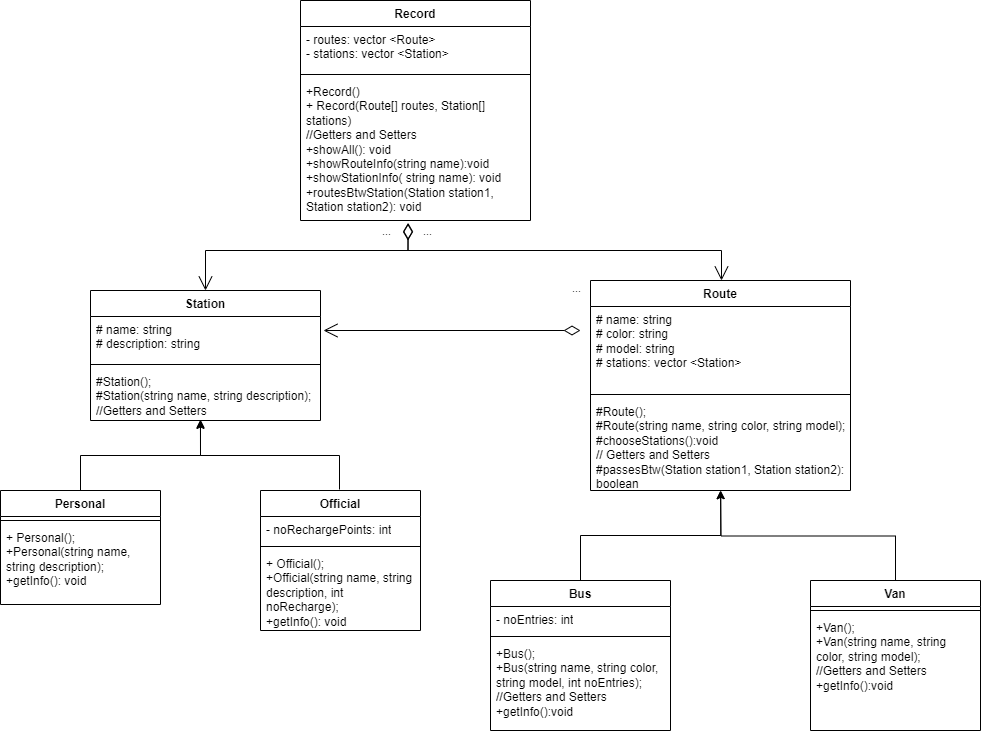
RodrigoHTEC10/ObjectOrientedProgramming_TC1030.302 keeps this draw.io diagram as PreliminarDiagramProject_RH.png. Above is the earlier version. Source tidied: cells renumbered, new cells last; positions are measured from the earlier drawing's top-left corner, leaving out a move shared by most shapes. Source of this version:
```xml
<mxGraphModel>
  <root>
    <mxCell id="0" />
    <mxCell id="1" parent="0" />
    <mxCell id="2" value="Record" style="swimlane;fontStyle=1;align=center;verticalAlign=top;horizontal=1;startSize=26;whiteSpace=wrap;html=1;" parent="1" vertex="1">
      <mxGeometry x="300" width="230" height="220" as="geometry" />
    </mxCell>
    <mxCell id="3" value="- routes: vector &amp;lt;Route&amp;gt;&lt;div&gt;- stations: vector &amp;lt;Station&amp;gt;&lt;/div&gt;" style="text;strokeColor=none;fillColor=none;align=left;verticalAlign=top;spacingLeft=4;spacingRight=4;overflow=hidden;whiteSpace=wrap;html=1;" parent="2" vertex="1">
      <mxGeometry y="26" width="230" height="44" as="geometry" />
    </mxCell>
    <mxCell id="4" style="line;strokeWidth=1;fillColor=none;align=left;verticalAlign=middle;spacingTop=-1;spacingLeft=3;spacingRight=3;labelPosition=right;strokeColor=inherit;" parent="2" vertex="1">
      <mxGeometry y="70" width="230" height="8" as="geometry" />
    </mxCell>
    <mxCell id="5" value="+Record()&lt;div&gt;+ Record(Route[] routes, Station[] stations)&lt;/div&gt;&lt;div&gt;//Getters and Setters&lt;/div&gt;&lt;div&gt;+showAll(): void&lt;/div&gt;&lt;div&gt;+showRouteInfo(string name):void&lt;/div&gt;&lt;div&gt;+showStationInfo( string name): void&lt;/div&gt;&lt;div&gt;+routesBtwStation(&lt;span style=&quot;background-color: transparent; color: light-dark(rgb(0, 0, 0), rgb(255, 255, 255));&quot;&gt;Station station1, Station station2&lt;/span&gt;&lt;span style=&quot;background-color: transparent; color: light-dark(rgb(0, 0, 0), rgb(255, 255, 255));&quot;&gt;): void&lt;/span&gt;&lt;/div&gt;" style="text;strokeColor=none;fillColor=none;align=left;verticalAlign=top;spacingLeft=4;spacingRight=4;overflow=hidden;points=[[0,0.5],[1,0.5]];portConstraint=eastwest;whiteSpace=wrap;html=1;" parent="2" vertex="1">
      <mxGeometry y="78" width="230" height="142" as="geometry" />
    </mxCell>
    <mxCell id="6" value="Route&lt;div&gt;&lt;br&gt;&lt;/div&gt;" style="swimlane;fontStyle=1;align=center;verticalAlign=top;horizontal=1;startSize=26;whiteSpace=wrap;html=1;" parent="1" vertex="1">
      <mxGeometry x="590" y="280" width="260" height="210" as="geometry" />
    </mxCell>
    <mxCell id="7" value="# name: string&lt;div&gt;# color: string&lt;/div&gt;&lt;div&gt;# model: string&lt;/div&gt;&lt;div&gt;# stations: vector &amp;lt;Station&lt;span style=&quot;background-color: transparent; color: light-dark(rgb(0, 0, 0), rgb(255, 255, 255));&quot;&gt;&amp;gt;&lt;/span&gt;&lt;/div&gt;" style="text;strokeColor=none;fillColor=none;align=left;verticalAlign=top;spacingLeft=4;spacingRight=4;overflow=hidden;whiteSpace=wrap;html=1;" parent="6" vertex="1">
      <mxGeometry y="26" width="260" height="84" as="geometry" />
    </mxCell>
    <mxCell id="8" style="line;strokeWidth=1;fillColor=none;align=left;verticalAlign=middle;spacingTop=-1;spacingLeft=3;spacingRight=3;labelPosition=right;strokeColor=inherit;" parent="6" vertex="1">
      <mxGeometry y="110" width="260" height="8" as="geometry" />
    </mxCell>
    <mxCell id="9" value="#Route();&lt;div&gt;#Route(string name, string color, string model);&lt;/div&gt;&lt;div&gt;#chooseStations():void&lt;/div&gt;&lt;div&gt;// Getters and Setters&lt;/div&gt;&lt;div&gt;#passesBtw(Station station1, Station station2): boolean&lt;/div&gt;" style="text;strokeColor=none;fillColor=none;align=left;verticalAlign=top;spacingLeft=4;spacingRight=4;overflow=hidden;points=[[0,0.5],[1,0.5]];portConstraint=eastwest;whiteSpace=wrap;html=1;" parent="6" vertex="1">
      <mxGeometry y="118" width="260" height="92" as="geometry" />
    </mxCell>
    <mxCell id="10" value="Station" style="swimlane;fontStyle=1;align=center;verticalAlign=top;horizontal=1;startSize=26;whiteSpace=wrap;html=1;" parent="1" vertex="1">
      <mxGeometry x="90" y="290" width="230" height="130" as="geometry" />
    </mxCell>
    <mxCell id="11" value="# name: string&lt;div&gt;# description: string&lt;/div&gt;" style="text;strokeColor=none;fillColor=none;align=left;verticalAlign=top;spacingLeft=4;spacingRight=4;overflow=hidden;whiteSpace=wrap;html=1;" parent="10" vertex="1">
      <mxGeometry y="26" width="230" height="44" as="geometry" />
    </mxCell>
    <mxCell id="12" style="line;strokeWidth=1;fillColor=none;align=left;verticalAlign=middle;spacingTop=-1;spacingLeft=3;spacingRight=3;labelPosition=right;strokeColor=inherit;" parent="10" vertex="1">
      <mxGeometry y="70" width="230" height="8" as="geometry" />
    </mxCell>
    <mxCell id="13" value="#Station();&lt;div&gt;#Station(string name, string description);&lt;/div&gt;&lt;div&gt;//Getters and Setters&lt;/div&gt;" style="text;strokeColor=none;fillColor=none;align=left;verticalAlign=top;spacingLeft=4;spacingRight=4;overflow=hidden;points=[[0,0.5],[1,0.5]];portConstraint=eastwest;whiteSpace=wrap;html=1;" parent="10" vertex="1">
      <mxGeometry y="78" width="230" height="52" as="geometry" />
    </mxCell>
    <mxCell id="14" style="edgeStyle=orthogonalEdgeStyle;rounded=0;orthogonalLoop=1;jettySize=auto;html=1;exitX=0.5;exitY=0;exitDx=0;exitDy=0;" parent="1" edge="1">
      <mxGeometry relative="1" as="geometry">
        <mxPoint x="339" y="489" as="sourcePoint" />
        <mxPoint x="199" y="419" as="targetPoint" />
        <Array as="points">
          <mxPoint x="339" y="455" />
          <mxPoint x="200" y="455" />
          <mxPoint x="200" y="419" />
        </Array>
      </mxGeometry>
    </mxCell>
    <mxCell id="15" value="Official" style="swimlane;fontStyle=1;align=center;verticalAlign=top;horizontal=1;startSize=26;whiteSpace=wrap;html=1;" parent="1" vertex="1">
      <mxGeometry x="260" y="490" width="160" height="140" as="geometry" />
    </mxCell>
    <mxCell id="16" value="- noRechargePoints: int" style="text;strokeColor=none;fillColor=none;align=left;verticalAlign=top;spacingLeft=4;spacingRight=4;overflow=hidden;whiteSpace=wrap;html=1;" parent="15" vertex="1">
      <mxGeometry y="26" width="160" height="26" as="geometry" />
    </mxCell>
    <mxCell id="17" style="line;strokeWidth=1;fillColor=none;align=left;verticalAlign=middle;spacingTop=-1;spacingLeft=3;spacingRight=3;labelPosition=right;strokeColor=inherit;" parent="15" vertex="1">
      <mxGeometry y="52" width="160" height="8" as="geometry" />
    </mxCell>
    <mxCell id="18" value="+ Official();&lt;div&gt;+Official(string name, string description, int noRecharge);&lt;/div&gt;&lt;div&gt;+getInfo(): void&lt;/div&gt;" style="text;strokeColor=none;fillColor=none;align=left;verticalAlign=top;spacingLeft=4;spacingRight=4;overflow=hidden;whiteSpace=wrap;html=1;" parent="15" vertex="1">
      <mxGeometry y="60" width="160" height="80" as="geometry" />
    </mxCell>
    <mxCell id="19" style="edgeStyle=orthogonalEdgeStyle;rounded=0;jettySize=auto;html=1;exitX=0.5;exitY=0;exitDx=0;exitDy=0;entryX=0.478;entryY=1;entryDx=0;entryDy=0;entryPerimeter=0;" parent="1" edge="1" source="20" target="13">
      <mxGeometry relative="1" as="geometry" />
    </mxCell>
    <mxCell id="20" value="Personal" style="swimlane;fontStyle=1;align=center;verticalAlign=top;horizontal=1;startSize=26;whiteSpace=wrap;html=1;" parent="1" vertex="1">
      <mxGeometry y="490" width="160" height="114" as="geometry" />
    </mxCell>
    <mxCell id="21" style="line;strokeWidth=1;fillColor=none;align=left;verticalAlign=middle;spacingTop=-1;spacingLeft=3;spacingRight=3;labelPosition=right;strokeColor=inherit;" parent="20" vertex="1">
      <mxGeometry y="26" width="160" height="8" as="geometry" />
    </mxCell>
    <mxCell id="22" value="+ Personal();&lt;div&gt;+Personal(string name, string description);&lt;/div&gt;&lt;div&gt;+getInfo(): void&lt;/div&gt;" style="text;strokeColor=none;fillColor=none;align=left;verticalAlign=top;spacingLeft=4;spacingRight=4;overflow=hidden;whiteSpace=wrap;html=1;" parent="20" vertex="1">
      <mxGeometry y="34" width="160" height="80" as="geometry" />
    </mxCell>
    <mxCell id="23" value="Bus" style="swimlane;fontStyle=1;align=center;verticalAlign=top;horizontal=1;startSize=26;whiteSpace=wrap;html=1;" parent="1" vertex="1">
      <mxGeometry x="490" y="580" width="180" height="150" as="geometry" />
    </mxCell>
    <mxCell id="24" value="- noEntries: int" style="text;strokeColor=none;fillColor=none;align=left;verticalAlign=top;spacingLeft=4;spacingRight=4;overflow=hidden;whiteSpace=wrap;html=1;" parent="23" vertex="1">
      <mxGeometry y="26" width="180" height="26" as="geometry" />
    </mxCell>
    <mxCell id="25" style="line;strokeWidth=1;fillColor=none;align=left;verticalAlign=middle;spacingTop=-1;spacingLeft=3;spacingRight=3;labelPosition=right;strokeColor=inherit;" parent="23" vertex="1">
      <mxGeometry y="52" width="180" height="8" as="geometry" />
    </mxCell>
    <mxCell id="26" value="&lt;div&gt;+Bus();&lt;/div&gt;+Bus(string name, string color, string model, int noEntries);&lt;div&gt;//Getters and Setters&lt;br&gt;&lt;div&gt;+getInfo():void&lt;/div&gt;&lt;/div&gt;" style="text;strokeColor=none;fillColor=none;align=left;verticalAlign=top;spacingLeft=4;spacingRight=4;overflow=hidden;whiteSpace=wrap;html=1;" parent="23" vertex="1">
      <mxGeometry y="60" width="180" height="90" as="geometry" />
    </mxCell>
    <mxCell id="27" style="edgeStyle=orthogonalEdgeStyle;rounded=0;jettySize=auto;html=1;exitX=0.5;exitY=0;exitDx=0;exitDy=0;" parent="1" edge="1" source="28">
      <mxGeometry relative="1" as="geometry">
        <mxPoint x="720" y="490" as="targetPoint" />
      </mxGeometry>
    </mxCell>
    <mxCell id="28" value="Van" style="swimlane;fontStyle=1;align=center;verticalAlign=top;horizontal=1;startSize=26;whiteSpace=wrap;html=1;" parent="1" vertex="1">
      <mxGeometry x="810" y="580" width="170" height="150" as="geometry" />
    </mxCell>
    <mxCell id="29" style="line;strokeWidth=1;fillColor=none;align=left;verticalAlign=middle;spacingTop=-1;spacingLeft=3;spacingRight=3;labelPosition=right;strokeColor=inherit;" parent="28" vertex="1">
      <mxGeometry y="26" width="170" height="8" as="geometry" />
    </mxCell>
    <mxCell id="30" value="&lt;div&gt;+Van();&lt;/div&gt;+Van(string name, string color, string model);&lt;div&gt;//Getters and Setters&lt;br&gt;&lt;div&gt;+getInfo():void&lt;/div&gt;&lt;/div&gt;" style="text;strokeColor=none;fillColor=none;align=left;verticalAlign=top;spacingLeft=4;spacingRight=4;overflow=hidden;whiteSpace=wrap;html=1;" parent="28" vertex="1">
      <mxGeometry y="34" width="170" height="116" as="geometry" />
    </mxCell>
    <mxCell id="31" style="edgeStyle=orthogonalEdgeStyle;rounded=0;jettySize=auto;html=1;exitX=0.5;exitY=0;exitDx=0;exitDy=0;entryX=0.501;entryY=1.003;entryDx=0;entryDy=0;entryPerimeter=0;" parent="1" edge="1" source="23" target="9">
      <mxGeometry relative="1" as="geometry" />
    </mxCell>
    <mxCell id="32" value="...&lt;div&gt;&lt;br&gt;&lt;/div&gt;" style="endArrow=open;html=1;endSize=12;startArrow=diamondThin;startSize=14;startFill=0;edgeStyle=orthogonalEdgeStyle;align=left;verticalAlign=bottom;rounded=0;" parent="1" edge="1">
      <mxGeometry x="-0.92" y="-20" relative="1" as="geometry">
        <mxPoint x="580" y="330" as="sourcePoint" />
        <mxPoint x="323" y="330" as="targetPoint" />
      </mxGeometry>
    </mxCell>
    <mxCell id="33" value="..." style="endArrow=open;html=1;endSize=12;startArrow=diamondThin;startSize=14;startFill=0;edgeStyle=orthogonalEdgeStyle;align=left;verticalAlign=bottom;rounded=0;exitX=0.468;exitY=1.017;exitDx=0;exitDy=0;exitPerimeter=0;entryX=0.5;entryY=0;entryDx=0;entryDy=0;" parent="1" edge="1" source="5" target="10">
      <mxGeometry x="-0.59" y="-10" relative="1" as="geometry">
        <Array as="points">
          <mxPoint x="408" y="250" />
          <mxPoint x="205" y="250" />
        </Array>
      </mxGeometry>
    </mxCell>
    <mxCell id="34" value="..." style="endArrow=open;html=1;endSize=12;startArrow=diamondThin;startSize=14;startFill=0;edgeStyle=orthogonalEdgeStyle;align=left;verticalAlign=bottom;rounded=0;entryX=0.5;entryY=0;entryDx=0;entryDy=0;exitX=0.463;exitY=1.022;exitDx=0;exitDy=0;exitPerimeter=0;" parent="1" edge="1">
      <mxGeometry x="-0.79" y="10" relative="1" as="geometry">
        <mxPoint x="407.5" y="223.1" as="sourcePoint" />
        <mxPoint x="721" y="280" as="targetPoint" />
        <Array as="points">
          <mxPoint x="408" y="250" />
          <mxPoint x="721" y="250" />
        </Array>
      </mxGeometry>
    </mxCell>
  </root>
</mxGraphModel>
```
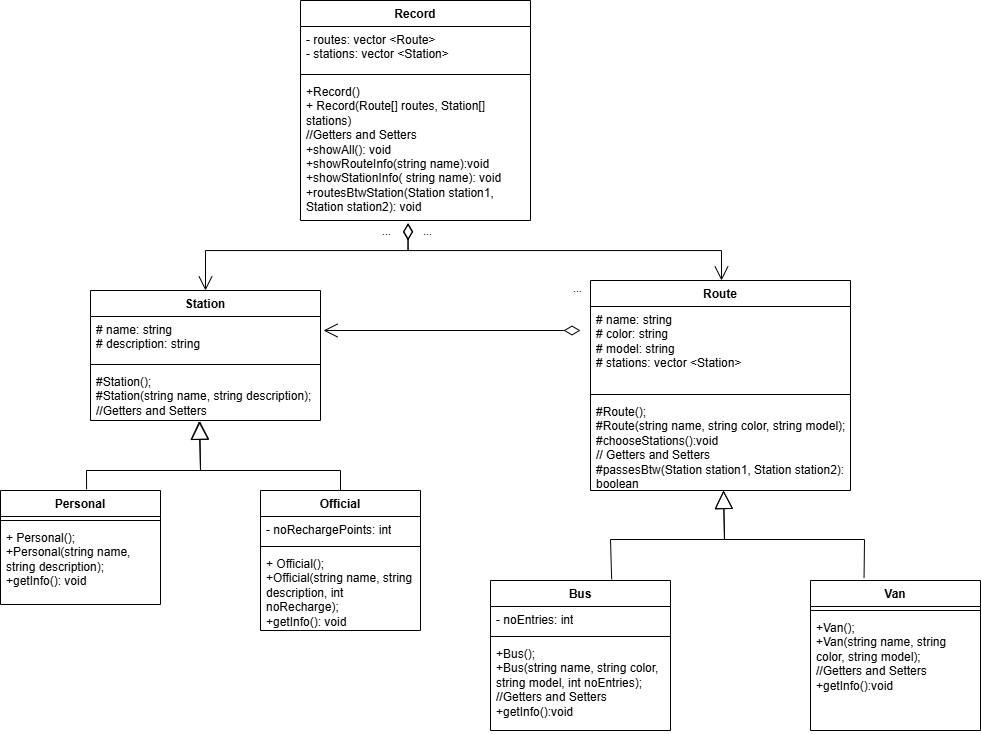
Later version of the same file.

Commit message:
Correction of the Preliminary UML Diagram

Change to the diagram source:
```diff
@@ -38,17 +38,6 @@
     <mxCell id="13" value="#Station();&lt;div&gt;#Station(string name, string description);&lt;/div&gt;&lt;div&gt;//Getters and Setters&lt;/div&gt;" style="text;strokeColor=none;fillColor=none;align=left;verticalAlign=top;spacingLeft=4;spacingRight=4;overflow=hidden;points=[[0,0.5],[1,0.5]];portConstraint=eastwest;whiteSpace=wrap;html=1;" parent="10" vertex="1">
       <mxGeometry y="78" width="230" height="52" as="geometry" />
     </mxCell>
-    <mxCell id="14" style="edgeStyle=orthogonalEdgeStyle;rounded=0;orthogonalLoop=1;jettySize=auto;html=1;exitX=0.5;exitY=0;exitDx=0;exitDy=0;" parent="1" edge="1">
-      <mxGeometry relative="1" as="geometry">
-        <mxPoint x="339" y="489" as="sourcePoint" />
-        <mxPoint x="199" y="419" as="targetPoint" />
-        <Array as="points">
-          <mxPoint x="339" y="455" />
-          <mxPoint x="200" y="455" />
-          <mxPoint x="200" y="419" />
-        </Array>
-      </mxGeometry>
-    </mxCell>
     <mxCell id="15" value="Official" style="swimlane;fontStyle=1;align=center;verticalAlign=top;horizontal=1;startSize=26;whiteSpace=wrap;html=1;" parent="1" vertex="1">
       <mxGeometry x="260" y="490" width="160" height="140" as="geometry" />
     </mxCell>
@@ -61,9 +50,6 @@
     <mxCell id="18" value="+ Official();&lt;div&gt;+Official(string name, string description, int noRecharge);&lt;/div&gt;&lt;div&gt;+getInfo(): void&lt;/div&gt;" style="text;strokeColor=none;fillColor=none;align=left;verticalAlign=top;spacingLeft=4;spacingRight=4;overflow=hidden;whiteSpace=wrap;html=1;" parent="15" vertex="1">
       <mxGeometry y="60" width="160" height="80" as="geometry" />
     </mxCell>
-    <mxCell id="19" style="edgeStyle=orthogonalEdgeStyle;rounded=0;jettySize=auto;html=1;exitX=0.5;exitY=0;exitDx=0;exitDy=0;entryX=0.478;entryY=1;entryDx=0;entryDy=0;entryPerimeter=0;" parent="1" edge="1" source="20" target="13">
-      <mxGeometry relative="1" as="geometry" />
-    </mxCell>
     <mxCell id="20" value="Personal" style="swimlane;fontStyle=1;align=center;verticalAlign=top;horizontal=1;startSize=26;whiteSpace=wrap;html=1;" parent="1" vertex="1">
       <mxGeometry y="490" width="160" height="114" as="geometry" />
     </mxCell>
@@ -85,11 +71,6 @@
     <mxCell id="26" value="&lt;div&gt;+Bus();&lt;/div&gt;+Bus(string name, string color, string model, int noEntries);&lt;div&gt;//Getters and Setters&lt;br&gt;&lt;div&gt;+getInfo():void&lt;/div&gt;&lt;/div&gt;" style="text;strokeColor=none;fillColor=none;align=left;verticalAlign=top;spacingLeft=4;spacingRight=4;overflow=hidden;whiteSpace=wrap;html=1;" parent="23" vertex="1">
       <mxGeometry y="60" width="180" height="90" as="geometry" />
     </mxCell>
-    <mxCell id="27" style="edgeStyle=orthogonalEdgeStyle;rounded=0;jettySize=auto;html=1;exitX=0.5;exitY=0;exitDx=0;exitDy=0;" parent="1" edge="1" source="28">
-      <mxGeometry relative="1" as="geometry">
-        <mxPoint x="720" y="490" as="targetPoint" />
-      </mxGeometry>
-    </mxCell>
     <mxCell id="28" value="Van" style="swimlane;fontStyle=1;align=center;verticalAlign=top;horizontal=1;startSize=26;whiteSpace=wrap;html=1;" parent="1" vertex="1">
       <mxGeometry x="810" y="580" width="170" height="150" as="geometry" />
     </mxCell>
@@ -99,9 +80,6 @@
     <mxCell id="30" value="&lt;div&gt;+Van();&lt;/div&gt;+Van(string name, string color, string model);&lt;div&gt;//Getters and Setters&lt;br&gt;&lt;div&gt;+getInfo():void&lt;/div&gt;&lt;/div&gt;" style="text;strokeColor=none;fillColor=none;align=left;verticalAlign=top;spacingLeft=4;spacingRight=4;overflow=hidden;whiteSpace=wrap;html=1;" parent="28" vertex="1">
       <mxGeometry y="34" width="170" height="116" as="geometry" />
     </mxCell>
-    <mxCell id="31" style="edgeStyle=orthogonalEdgeStyle;rounded=0;jettySize=auto;html=1;exitX=0.5;exitY=0;exitDx=0;exitDy=0;entryX=0.501;entryY=1.003;entryDx=0;entryDy=0;entryPerimeter=0;" parent="1" edge="1" source="23" target="9">
-      <mxGeometry relative="1" as="geometry" />
-    </mxCell>
     <mxCell id="32" value="...&lt;div&gt;&lt;br&gt;&lt;/div&gt;" style="endArrow=open;html=1;endSize=12;startArrow=diamondThin;startSize=14;startFill=0;edgeStyle=orthogonalEdgeStyle;align=left;verticalAlign=bottom;rounded=0;" parent="1" edge="1">
       <mxGeometry x="-0.92" y="-20" relative="1" as="geometry">
         <mxPoint x="580" y="330" as="sourcePoint" />
@@ -126,5 +104,39 @@
         </Array>
       </mxGeometry>
     </mxCell>
+    <mxCell id="19" style="endArrow=block;endSize=16;endFill=0;html=1;rounded=0;exitX=0.538;exitY=-0.011;exitDx=0;exitDy=0;exitPerimeter=0;entryX=0.476;entryY=1.014;entryDx=0;entryDy=0;entryPerimeter=0;" parent="1" edge="1" source="20" target="13">
+      <mxGeometry relative="1" as="geometry">
+        <Array as="points">
+          <mxPoint x="86" y="470" />
+          <mxPoint x="200" y="470" />
+        </Array>
+      </mxGeometry>
+    </mxCell>
+    <mxCell id="35" style="endArrow=block;endSize=16;endFill=0;html=1;rounded=0;exitX=0.5;exitY=0;exitDx=0;exitDy=0;entryX=0.472;entryY=1.014;entryDx=0;entryDy=0;entryPerimeter=0;" parent="1" edge="1" source="15" target="13">
+      <mxGeometry relative="1" as="geometry">
+        <Array as="points">
+          <mxPoint x="340" y="470" />
+          <mxPoint x="200" y="470" />
+        </Array>
+      </mxGeometry>
+    </mxCell>
+    <mxCell id="36" style="endArrow=block;endSize=16;endFill=0;html=1;rounded=0;exitX=0.673;exitY=-0.008;exitDx=0;exitDy=0;exitPerimeter=0;entryX=0.476;entryY=1.014;entryDx=0;entryDy=0;entryPerimeter=0;" parent="1" edge="1" source="23">
+      <mxGeometry relative="1" as="geometry">
+        <mxPoint x="723" y="490" as="targetPoint" />
+        <Array as="points">
+          <mxPoint x="610" y="539" />
+          <mxPoint x="724" y="539" />
+        </Array>
+      </mxGeometry>
+    </mxCell>
+    <mxCell id="37" style="endArrow=block;endSize=16;endFill=0;html=1;rounded=0;exitX=0.315;exitY=-0.018;exitDx=0;exitDy=0;entryX=0.472;entryY=1.014;entryDx=0;entryDy=0;entryPerimeter=0;exitPerimeter=0;" parent="1" edge="1" source="28">
+      <mxGeometry relative="1" as="geometry">
+        <mxPoint x="723" y="490" as="targetPoint" />
+        <Array as="points">
+          <mxPoint x="864" y="539" />
+          <mxPoint x="724" y="539" />
+        </Array>
+      </mxGeometry>
+    </mxCell>
   </root>
 </mxGraphModel>
```
